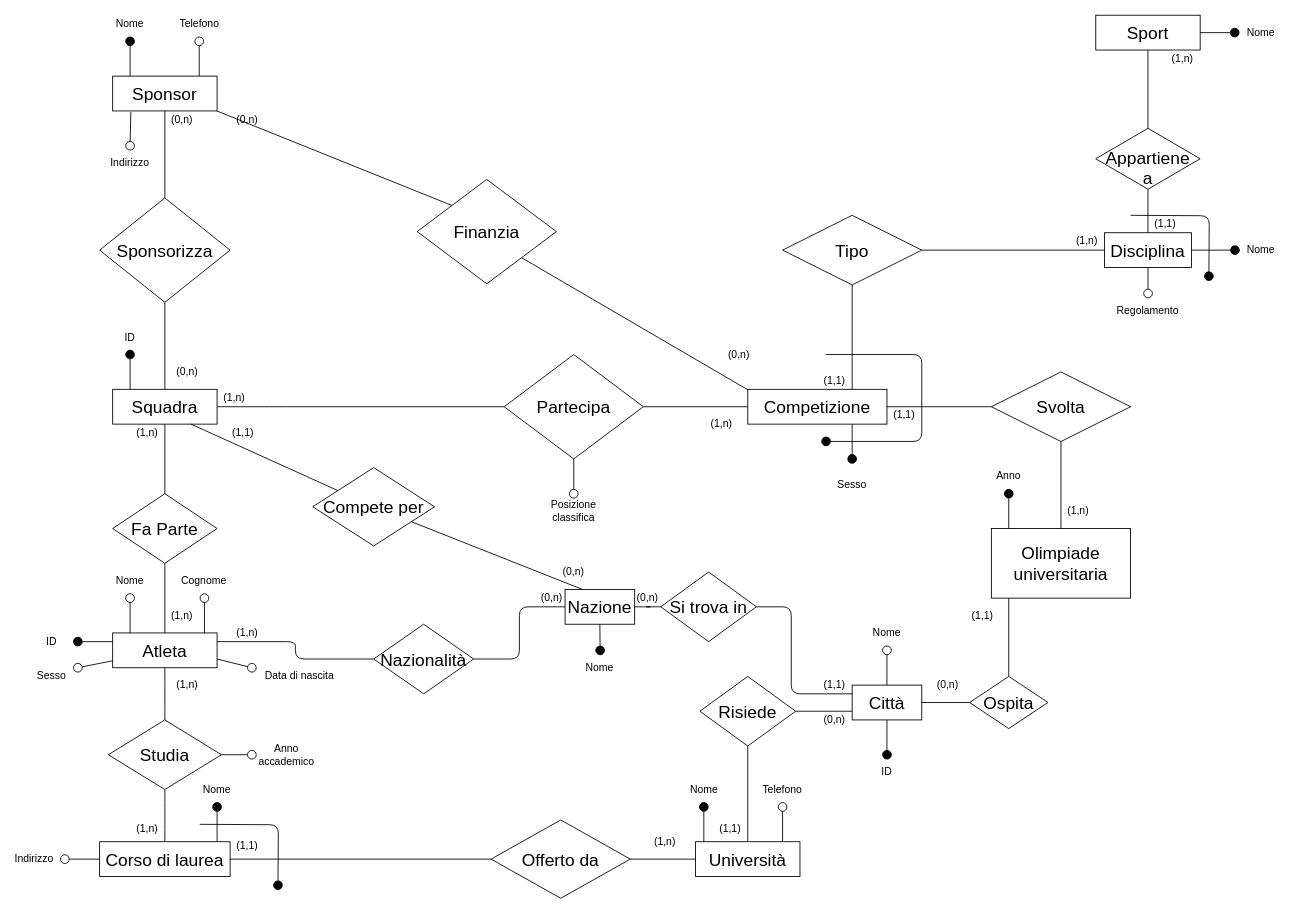
Earlier version of the draw.io diagram page "Schema E-R" (2 of 7) of Olimpiadi studentesche.drawio (giovannivelludo/database-project). Source tidied: cells renumbered, new cells numbered last; positions are measured from the earlier drawing's top-left corner, leaving out a move shared by most shapes. Both pictures are drawn from the tidied source at 87%, with x=0, y=0 at pixel (17, 15).
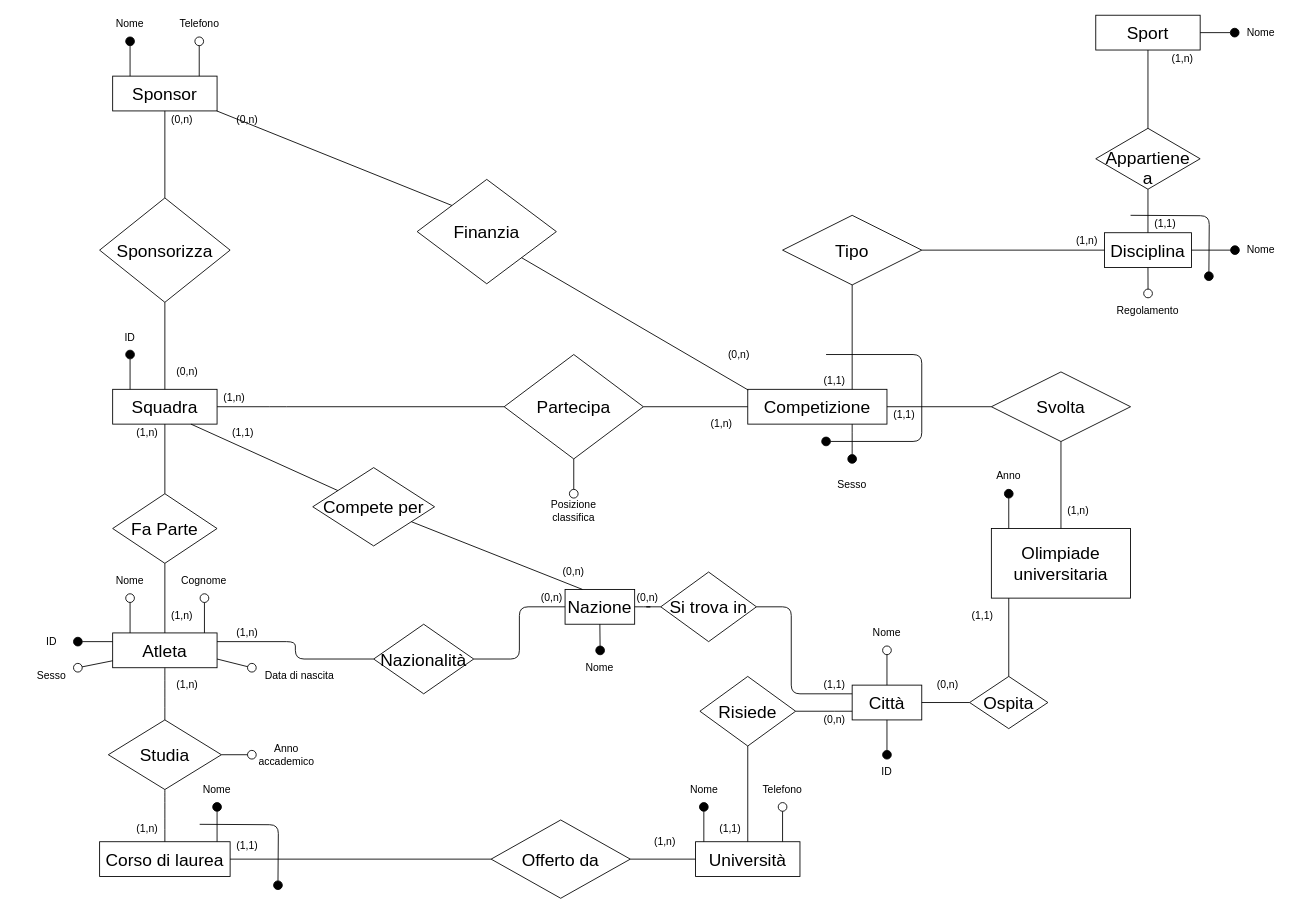
The same page after the edit.

Commit message (it also covers changes not shown here):
tolto attr. indirizzo

Unchanged cells that the change refers to:
```xml
<mxCell id="29" value="&lt;font style=&quot;font-size: 20px&quot;&gt;Sponsor&lt;/font&gt;" style="rounded=0;whiteSpace=wrap;html=1;fillColor=none;" parent="1" vertex="1">
  <mxGeometry x="110" y="70" width="120" height="40" as="geometry" />
</mxCell>
```

Diff of the diagram source:
```diff
@@
-    <mxCell id="75" style="endArrow=oval;html=1;endFill=0;endSize=10;exitX=0.174;exitY=1.028;exitDx=0;exitDy=0;exitPerimeter=0;" parent="1" edge="1" source="29">
-      <mxGeometry relative="1" as="geometry">
-        <mxPoint x="130" y="150" as="targetPoint" />
-      </mxGeometry>
-    </mxCell>
-    <mxCell id="76" value="Indirizzo" style="text;html=1;align=center;verticalAlign=middle;whiteSpace=wrap;rounded=0;" parent="1" vertex="1">
-      <mxGeometry x="110" y="160" width="40" height="20" as="geometry" />
-    </mxCell>
@@
-    <mxCell id="93" value="Indirizzo" style="text;html=1;align=center;verticalAlign=middle;whiteSpace=wrap;rounded=0;" parent="1" vertex="1">
-      <mxGeometry y="960" width="40" height="20" as="geometry" />
-    </mxCell>
-    <mxCell id="94" style="rounded=1;orthogonalLoop=1;jettySize=auto;html=1;endArrow=oval;endFill=0;endSize=10;" parent="1" edge="1">
-      <mxGeometry relative="1" as="geometry">
-        <mxPoint x="95" y="970" as="sourcePoint" />
-        <mxPoint x="55" y="970" as="targetPoint" />
-      </mxGeometry>
-    </mxCell>
```
